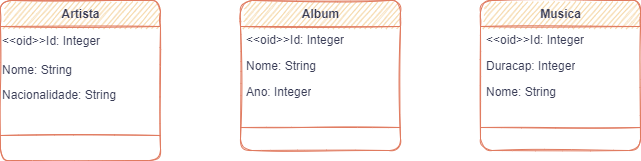
This is Exercicio01.drawio.png from GoisEduardo/CursoModelagemUdemy, a draw.io export, as it was before one commit. Source tidied: cells renumbered, new cells last; positions are measured from the earlier drawing's top-left corner, leaving out a move shared by most shapes.
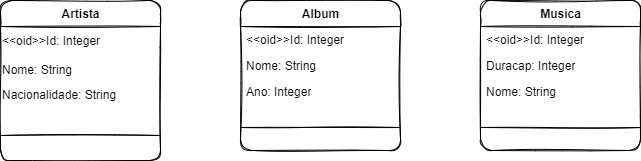
Later version of the same file.

The edit, as a diff of the source:
```diff
@@ -1,52 +1,52 @@
-<mxGraphModel background="#F4F1DE">
+<mxGraphModel>
   <root>
     <mxCell id="0" />
     <mxCell id="1" parent="0" />
-    <mxCell id="2" value="&lt;font&gt;Artista&lt;/font&gt;" style="swimlane;fontStyle=1;align=center;verticalAlign=top;horizontal=1;startSize=26;fontFamily=Helvetica;fontSize=12;html=1;fillColor=#F2CC8F;fontColor=#393C56;strokeColor=#E07A5F;rounded=1;sketch=1;" parent="1" vertex="1">
+    <mxCell id="2" value="&lt;font&gt;Artista&lt;/font&gt;" style="swimlane;fontStyle=1;align=center;verticalAlign=top;horizontal=1;startSize=26;fontFamily=Helvetica;fontSize=12;html=1;rounded=1;sketch=1;" parent="1" vertex="1">
       <mxGeometry width="160" height="160" as="geometry" />
     </mxCell>
     <object id="3" label="&amp;lt;&amp;lt;oid&amp;gt;&amp;gt;Id: Integer" placeholders="1">
-      <mxCell style="text;html=1;align=left;verticalAlign=middle;fontSize=12;fontFamily=Helvetica;fontColor=#393C56;rounded=1;sketch=1;" parent="2" vertex="1">
+      <mxCell style="text;html=1;align=left;verticalAlign=middle;fontSize=12;fontFamily=Helvetica;rounded=1;sketch=1;" parent="2" vertex="1">
         <mxGeometry y="26" width="160" height="30" as="geometry" />
       </mxCell>
     </object>
-    <mxCell id="4" value="Nome: String" style="text;strokeColor=none;fillColor=none;align=left;verticalAlign=top;spacingLeft=0;spacingRight=0;overflow=hidden;fontFamily=Helvetica;fontSize=12;fontColor=#393C56;html=1;rounded=1;sketch=1;" parent="2" vertex="1">
+    <mxCell id="4" value="Nome: String" style="text;strokeColor=none;fillColor=none;align=left;verticalAlign=top;spacingLeft=0;spacingRight=0;overflow=hidden;fontFamily=Helvetica;fontSize=12;html=1;rounded=1;sketch=1;" parent="2" vertex="1">
       <mxGeometry y="56" width="160" height="24" as="geometry" />
     </mxCell>
-    <mxCell id="5" value="Nacionalidade: String" style="text;html=1;align=left;verticalAlign=middle;strokeColor=none;fillColor=none;fontSize=12;fontFamily=Helvetica;fontColor=#393C56;rounded=1;sketch=1;" parent="2" vertex="1">
+    <mxCell id="5" value="Nacionalidade: String" style="text;html=1;align=left;verticalAlign=middle;strokeColor=none;fillColor=none;fontSize=12;fontFamily=Helvetica;rounded=1;sketch=1;" parent="2" vertex="1">
       <mxGeometry y="80" width="160" height="30" as="geometry" />
     </mxCell>
-    <mxCell id="6" style="line;strokeWidth=1;fillColor=none;align=left;verticalAlign=middle;spacingTop=-1;spacingLeft=3;spacingRight=3;labelPosition=right;strokeColor=#E07A5F;fontFamily=Helvetica;fontSize=12;fontColor=#393C56;html=1;labelBackgroundColor=#F4F1DE;rounded=1;sketch=1;" parent="2" vertex="1">
+    <mxCell id="6" style="line;strokeWidth=1;fillColor=none;align=left;verticalAlign=middle;spacingTop=-1;spacingLeft=3;spacingRight=3;labelPosition=right;fontFamily=Helvetica;fontSize=12;html=1;rounded=1;sketch=1;" parent="2" vertex="1">
       <mxGeometry y="110" width="160" height="50" as="geometry" />
     </mxCell>
-    <mxCell id="7" value="Album" style="swimlane;fontStyle=1;align=center;verticalAlign=top;horizontal=1;startSize=26;strokeColor=#E07A5F;fontFamily=Helvetica;fontSize=12;fontColor=#393C56;fillColor=#F2CC8F;html=1;rounded=1;sketch=1;" parent="1" vertex="1">
+    <mxCell id="7" value="Album" style="swimlane;fontStyle=1;align=center;verticalAlign=top;horizontal=1;startSize=26;fontFamily=Helvetica;fontSize=12;html=1;rounded=1;sketch=1;" parent="1" vertex="1">
       <mxGeometry x="240" width="160" height="150" as="geometry" />
     </mxCell>
-    <mxCell id="8" value="&amp;lt;&amp;lt;oid&amp;gt;&amp;gt;Id: Integer" style="text;strokeColor=none;fillColor=none;align=left;verticalAlign=top;spacingLeft=4;spacingRight=4;overflow=hidden;fontFamily=Helvetica;fontSize=12;fontColor=#393C56;html=1;rounded=1;sketch=1;" parent="7" vertex="1">
+    <mxCell id="8" value="&amp;lt;&amp;lt;oid&amp;gt;&amp;gt;Id: Integer" style="text;strokeColor=none;fillColor=none;align=left;verticalAlign=top;spacingLeft=4;spacingRight=4;overflow=hidden;fontFamily=Helvetica;fontSize=12;html=1;rounded=1;sketch=1;" parent="7" vertex="1">
       <mxGeometry y="26" width="160" height="26" as="geometry" />
     </mxCell>
-    <mxCell id="9" value="Nome: String" style="text;strokeColor=none;fillColor=none;align=left;verticalAlign=top;spacingLeft=4;spacingRight=4;overflow=hidden;fontFamily=Helvetica;fontSize=12;fontColor=#393C56;html=1;rounded=1;sketch=1;" parent="7" vertex="1">
+    <mxCell id="9" value="Nome: String" style="text;strokeColor=none;fillColor=none;align=left;verticalAlign=top;spacingLeft=4;spacingRight=4;overflow=hidden;fontFamily=Helvetica;fontSize=12;html=1;rounded=1;sketch=1;" parent="7" vertex="1">
       <mxGeometry y="52" width="160" height="26" as="geometry" />
     </mxCell>
-    <mxCell id="10" value="Ano: Integer" style="text;strokeColor=none;fillColor=none;align=left;verticalAlign=top;spacingLeft=4;spacingRight=4;overflow=hidden;fontFamily=Helvetica;fontSize=12;fontColor=#393C56;html=1;rounded=1;sketch=1;" parent="7" vertex="1">
+    <mxCell id="10" value="Ano: Integer" style="text;strokeColor=none;fillColor=none;align=left;verticalAlign=top;spacingLeft=4;spacingRight=4;overflow=hidden;fontFamily=Helvetica;fontSize=12;html=1;rounded=1;sketch=1;" parent="7" vertex="1">
       <mxGeometry y="78" width="160" height="26" as="geometry" />
     </mxCell>
-    <mxCell id="11" style="line;strokeWidth=1;fillColor=none;align=left;verticalAlign=middle;spacingTop=-1;spacingLeft=3;spacingRight=3;labelPosition=right;strokeColor=#E07A5F;fontFamily=Helvetica;fontSize=12;fontColor=#393C56;html=1;labelBackgroundColor=#F4F1DE;rounded=1;sketch=1;" parent="7" vertex="1">
+    <mxCell id="11" style="line;strokeWidth=1;fillColor=none;align=left;verticalAlign=middle;spacingTop=-1;spacingLeft=3;spacingRight=3;labelPosition=right;fontFamily=Helvetica;fontSize=12;html=1;rounded=1;sketch=1;" parent="7" vertex="1">
       <mxGeometry y="104" width="160" height="46" as="geometry" />
     </mxCell>
-    <mxCell id="12" value="Musica" style="swimlane;fontStyle=1;align=center;verticalAlign=top;horizontal=1;startSize=26;strokeColor=#E07A5F;fontFamily=Helvetica;fontSize=12;fontColor=#393C56;fillColor=#F2CC8F;html=1;rounded=1;sketch=1;" parent="1" vertex="1">
+    <mxCell id="12" value="Musica" style="swimlane;fontStyle=1;align=center;verticalAlign=top;horizontal=1;startSize=26;fontFamily=Helvetica;fontSize=12;html=1;rounded=1;sketch=1;" parent="1" vertex="1">
       <mxGeometry x="480" width="160" height="150" as="geometry" />
     </mxCell>
-    <mxCell id="13" value="&lt;span style=&quot;&quot;&gt;&amp;lt;&amp;lt;oid&amp;gt;&amp;gt;Id: Integer&lt;/span&gt;" style="text;strokeColor=none;fillColor=none;align=left;verticalAlign=top;spacingLeft=4;spacingRight=4;overflow=hidden;rounded=1;fontFamily=Helvetica;fontSize=12;fontColor=#393C56;html=1;sketch=1;" parent="12" vertex="1">
+    <mxCell id="13" value="&lt;span style=&quot;&quot;&gt;&amp;lt;&amp;lt;oid&amp;gt;&amp;gt;Id: Integer&lt;/span&gt;" style="text;strokeColor=none;fillColor=none;align=left;verticalAlign=top;spacingLeft=4;spacingRight=4;overflow=hidden;rounded=1;fontFamily=Helvetica;fontSize=12;html=1;sketch=1;" parent="12" vertex="1">
       <mxGeometry y="26" width="160" height="26" as="geometry" />
     </mxCell>
-    <mxCell id="14" value="Duracap: Integer" style="text;strokeColor=none;fillColor=none;align=left;verticalAlign=top;spacingLeft=4;spacingRight=4;overflow=hidden;fontFamily=Helvetica;fontSize=12;fontColor=#393C56;html=1;rounded=1;sketch=1;" parent="12" vertex="1">
+    <mxCell id="14" value="Duracap: Integer" style="text;strokeColor=none;fillColor=none;align=left;verticalAlign=top;spacingLeft=4;spacingRight=4;overflow=hidden;fontFamily=Helvetica;fontSize=12;html=1;rounded=1;sketch=1;" parent="12" vertex="1">
       <mxGeometry y="52" width="160" height="26" as="geometry" />
     </mxCell>
-    <mxCell id="15" value="Nome: String" style="text;strokeColor=none;fillColor=none;align=left;verticalAlign=top;spacingLeft=4;spacingRight=4;overflow=hidden;fontFamily=Helvetica;fontSize=12;fontColor=#393C56;html=1;rounded=1;sketch=1;" parent="12" vertex="1">
+    <mxCell id="15" value="Nome: String" style="text;strokeColor=none;fillColor=none;align=left;verticalAlign=top;spacingLeft=4;spacingRight=4;overflow=hidden;fontFamily=Helvetica;fontSize=12;html=1;rounded=1;sketch=1;" parent="12" vertex="1">
       <mxGeometry y="78" width="160" height="26" as="geometry" />
     </mxCell>
-    <mxCell id="16" style="line;strokeWidth=1;fillColor=none;align=left;verticalAlign=middle;spacingTop=-1;spacingLeft=3;spacingRight=3;labelPosition=right;strokeColor=#E07A5F;fontFamily=Helvetica;fontSize=12;fontColor=#393C56;html=1;labelBackgroundColor=#F4F1DE;rounded=1;sketch=1;" parent="12" vertex="1">
+    <mxCell id="16" style="line;strokeWidth=1;fillColor=none;align=left;verticalAlign=middle;spacingTop=-1;spacingLeft=3;spacingRight=3;labelPosition=right;fontFamily=Helvetica;fontSize=12;html=1;rounded=1;sketch=1;" parent="12" vertex="1">
       <mxGeometry y="104" width="160" height="46" as="geometry" />
     </mxCell>
   </root>
```
